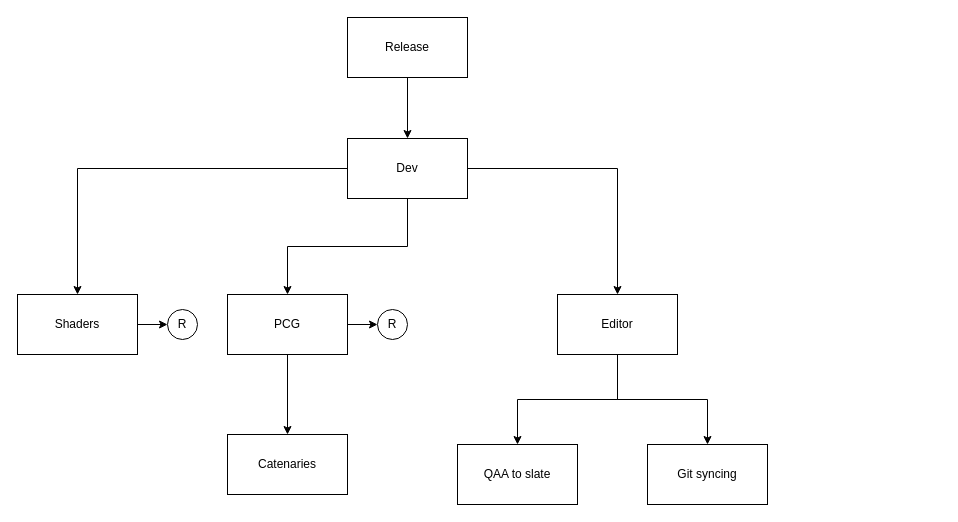
Before: Documentation/UnrealToolsGitStructure.drawio in Bumvolla/UnrealTools, a draw.io diagram. Source tidied: cells renumbered, new cells numbered last; positions are measured from the earlier drawing's top-left corner, leaving out a move shared by most shapes. Both pictures are drawn from the tidied source at 100%, with x=0, y=0 at pixel (17, 17).
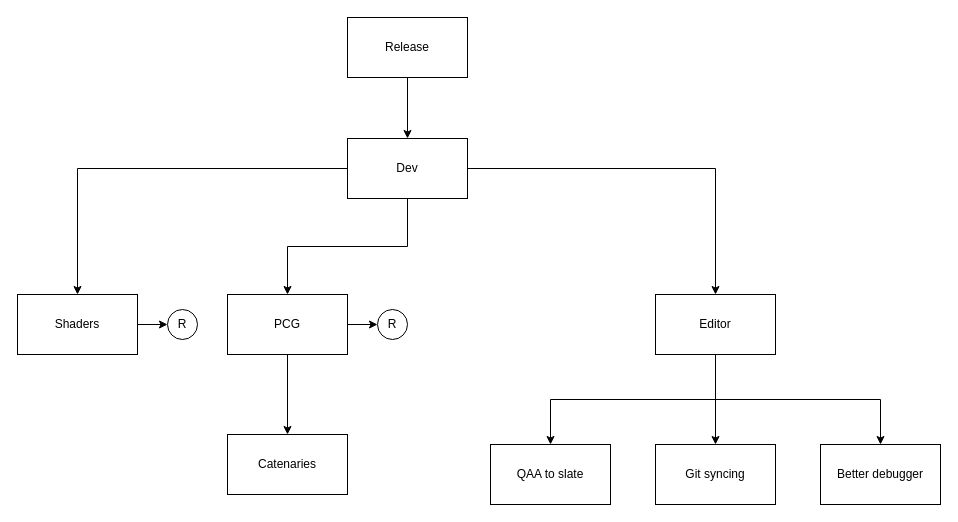
Above is the later version.

Commit message:
Added better debuger .drawio

What changed in the source:
```diff
@@
     <mxCell id="8" value="&lt;div&gt;Git syncing&lt;/div&gt;" style="rounded=0;whiteSpace=wrap;html=1;" parent="1" vertex="1">
-      <mxGeometry x="630" y="427" width="120" height="60" as="geometry" />
+      <mxGeometry x="638" y="427" width="120" height="60" as="geometry" />
     </mxCell>
@@
+    <mxCell id="14" style="edgeStyle=orthogonalEdgeStyle;rounded=0;jettySize=auto;html=1;exitX=0.5;exitY=1;exitDx=0;exitDy=0;entryX=0.5;entryY=0;entryDx=0;entryDy=0;" parent="1" edge="1" source="15" target="8">
+      <mxGeometry relative="1" as="geometry" />
+    </mxCell>
+    <mxCell id="21" style="edgeStyle=orthogonalEdgeStyle;rounded=0;jettySize=auto;html=1;exitX=0.5;exitY=1;exitDx=0;exitDy=0;entryX=0.5;entryY=0;entryDx=0;entryDy=0;" parent="1" edge="1" source="15" target="22">
+      <mxGeometry relative="1" as="geometry" />
+    </mxCell>
-    <mxCell id="13" style="edgeStyle=orthogonalEdgeStyle;rounded=0;jettySize=auto;html=1;" parent="1" edge="1" source="15" target="16">
+    <mxCell id="13" style="edgeStyle=orthogonalEdgeStyle;rounded=0;jettySize=auto;html=1;exitX=0.5;exitY=1;exitDx=0;exitDy=0;entryX=0.5;entryY=0;entryDx=0;entryDy=0;" parent="1" edge="1" source="15" target="16">
       <mxGeometry relative="1" as="geometry" />
     </mxCell>
-    <mxCell id="14" style="edgeStyle=orthogonalEdgeStyle;rounded=0;jettySize=auto;html=1;exitX=0.5;exitY=1;exitDx=0;exitDy=0;entryX=0.5;entryY=0;entryDx=0;entryDy=0;" parent="1" edge="1" source="15" target="8">
-      <mxGeometry relative="1" as="geometry" />
-    </mxCell>
     <mxCell id="15" value="&lt;div&gt;Editor&lt;/div&gt;" style="rounded=0;whiteSpace=wrap;html=1;" parent="1" vertex="1">
-      <mxGeometry x="540" y="277" width="120" height="60" as="geometry" />
+      <mxGeometry x="638" y="277" width="120" height="60" as="geometry" />
     </mxCell>
     <mxCell id="16" value="&lt;div&gt;QAA to slate&lt;/div&gt;" style="rounded=0;whiteSpace=wrap;html=1;" parent="1" vertex="1">
-      <mxGeometry x="440" y="427" width="120" height="60" as="geometry" />
+      <mxGeometry x="473" y="427" width="120" height="60" as="geometry" />
     </mxCell>
@@
+    <mxCell id="22" value="&lt;div&gt;Better debugger&lt;/div&gt;" style="rounded=0;whiteSpace=wrap;html=1;" parent="1" vertex="1">
+      <mxGeometry x="803" y="427" width="120" height="60" as="geometry" />
+    </mxCell>
```
